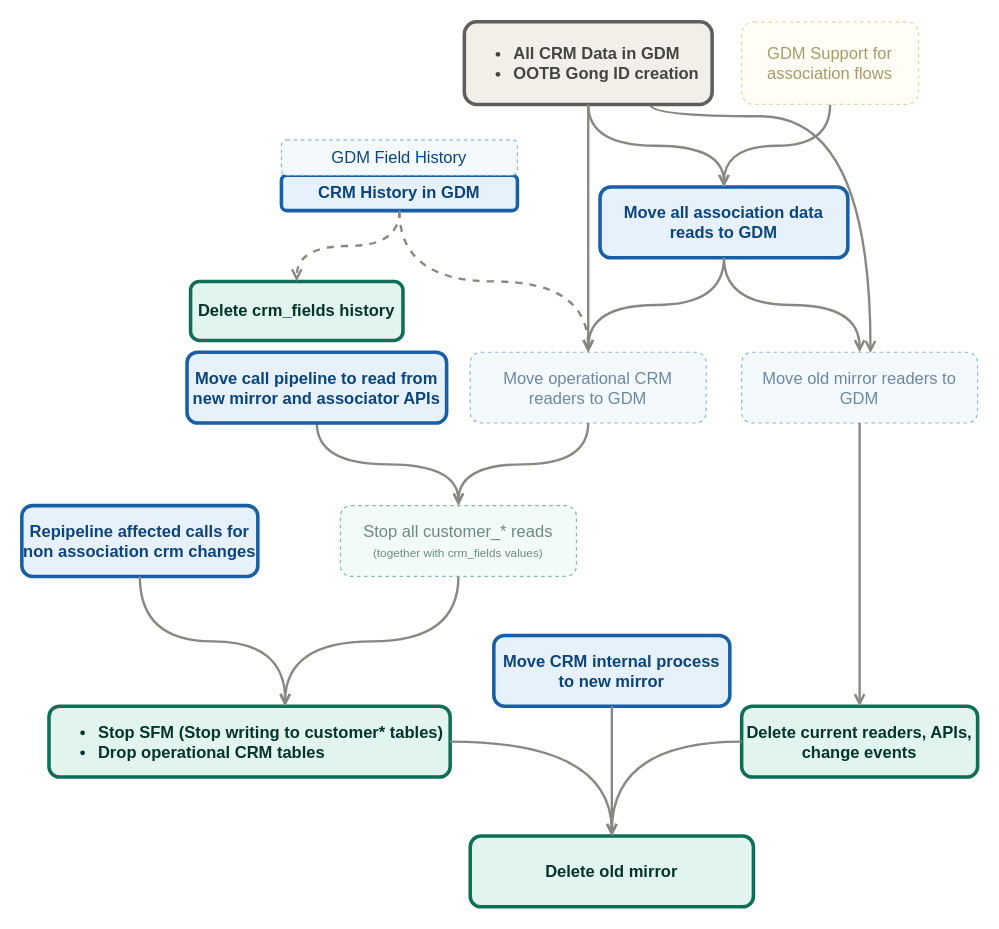
Gyuvalevy/internal-files keeps this draw.io diagram as page "Old Mirror Plan Dependency - Team Ownership" (12 of 12) of CRM.drawio. Above is the earlier version. Source tidied: cells renumbered, new cells numbered last; positions are measured from the earlier drawing's top-left corner, leaving out a move shared by most shapes. Both pictures are drawn from the tidied source at 118%, with x=0, y=0 at pixel (21, 21).
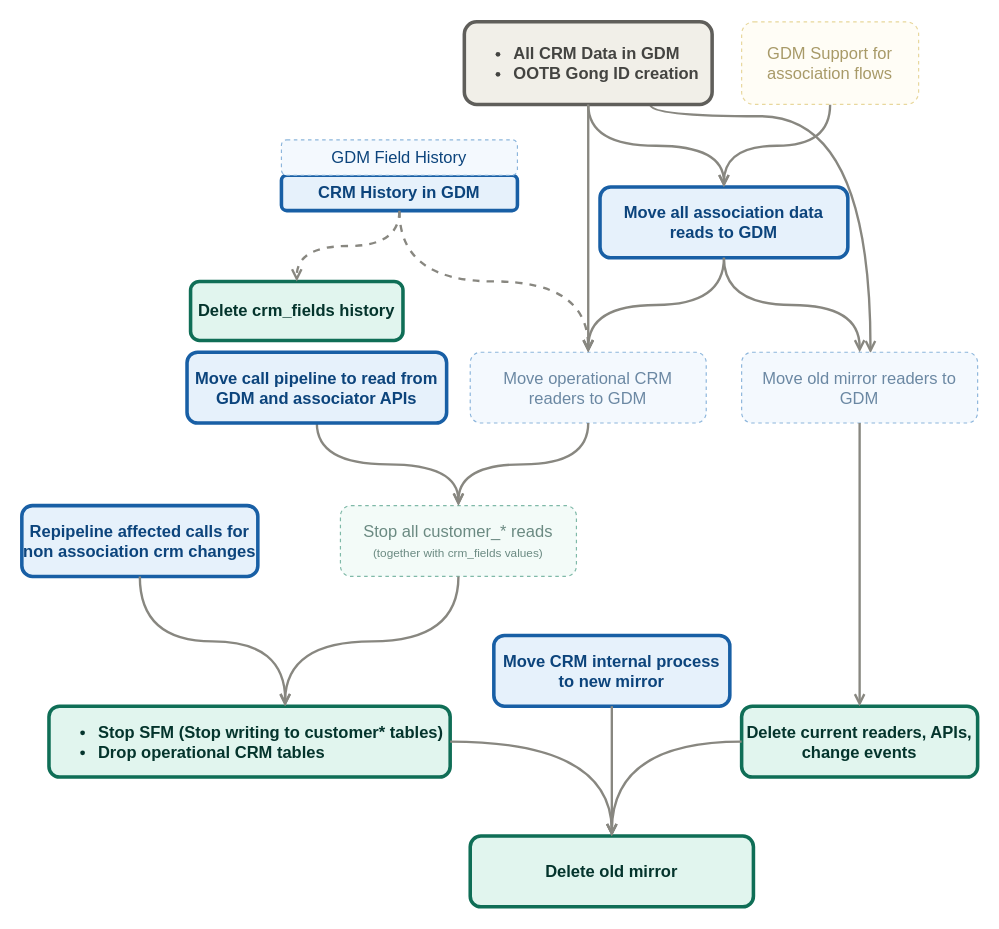
The same diagram, later.

What changed in the source:
```diff
@@
-    <mxCell id="25" value="Move call pipeline to read from new mirror and associator APIs" style="rounded=1;whiteSpace=wrap;html=1;fillColor=#e6f1fb;strokeColor=#185fa5;fontColor=#0c447c;fontSize=14;fontStyle=1;strokeWidth=3;" parent="1" vertex="1">
+    <mxCell id="25" value="Move call pipeline to read from GDM and associator APIs" style="rounded=1;whiteSpace=wrap;html=1;fillColor=#e6f1fb;strokeColor=#185fa5;fontColor=#0c447c;fontSize=14;fontStyle=1;strokeWidth=3;" parent="1" vertex="1">
       <mxGeometry x="140" y="280" width="220" height="60" as="geometry" />
     </mxCell>
```
